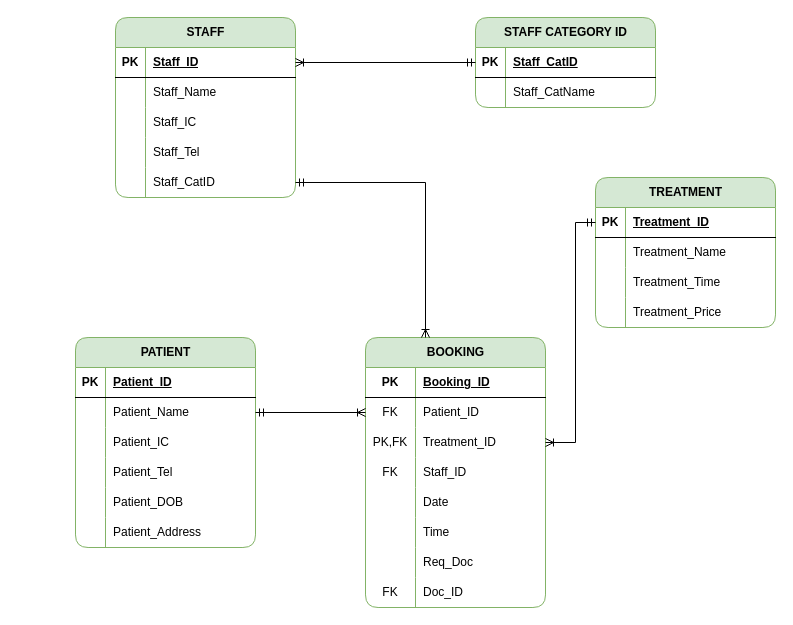
Above: NEWERD.drawio in Farihafarel/asg-311individual (draw.io), before the change. Source tidied: cells renumbered, new cells numbered last; positions are measured from the earlier drawing's top-left corner, leaving out a move shared by most shapes. Both pictures are drawn from the tidied source at 100%, with x=0, y=0 at pixel (75, 17).
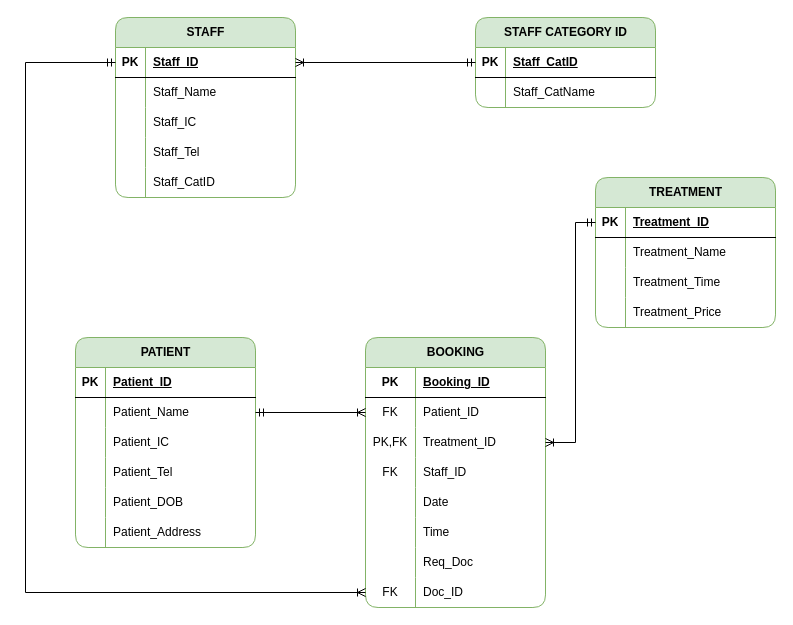
The same diagram, later.

The change refers to these unchanged cells:
```xml
<mxCell id="3" style="shape=tableRow;horizontal=0;startSize=0;swimlaneHead=0;swimlaneBody=0;fillColor=none;points=[[0,0.5],[1,0.5]];portConstraint=eastwest;top=0;left=0;right=0;bottom=1;" parent="2" vertex="1">
  <mxGeometry y="30" width="180" height="30" as="geometry" />
</mxCell>
<mxCell id="15" style="shape=tableRow;horizontal=0;startSize=0;swimlaneHead=0;swimlaneBody=0;fillColor=none;points=[[0,0.5],[1,0.5]];portConstraint=eastwest;top=0;left=0;right=0;bottom=0;" parent="2" vertex="1">
  <mxGeometry y="150" width="180" height="30" as="geometry" />
</mxCell>
<mxCell id="79" style="shape=tableRow;horizontal=0;startSize=0;swimlaneHead=0;swimlaneBody=0;fillColor=none;points=[[0,0.5],[1,0.5]];portConstraint=eastwest;top=0;left=0;right=0;bottom=0;" parent="57" vertex="1">
  <mxGeometry y="240" width="180" height="30" as="geometry" />
</mxCell>
```

Diff of the diagram source:
```diff
@@
-    <mxCell id="85" style="edgeStyle=none;jettySize=auto;html=1;rounded=0;startArrow=ERmandOne;startFill=0;endArrow=ERoneToMany;endFill=0;exitX=1;exitY=0.5;exitDx=0;exitDy=0;" parent="1" edge="1" source="15">
+    <mxCell id="85" style="edgeStyle=none;jettySize=auto;html=1;rounded=0;startArrow=ERmandOne;startFill=0;endArrow=ERoneToMany;endFill=0;entryX=0;entryY=0.5;entryDx=0;entryDy=0;exitX=0;exitY=0.5;exitDx=0;exitDy=0;" parent="1" edge="1" source="3" target="79">
       <mxGeometry relative="1" as="geometry">
-        <mxPoint x="350" y="320" as="targetPoint" />
         <Array as="points">
-          <mxPoint x="350" y="165" />
+          <mxPoint x="-50" y="45" />
+          <mxPoint x="-50" y="575" />
         </Array>
       </mxGeometry>
     </mxCell>
```
